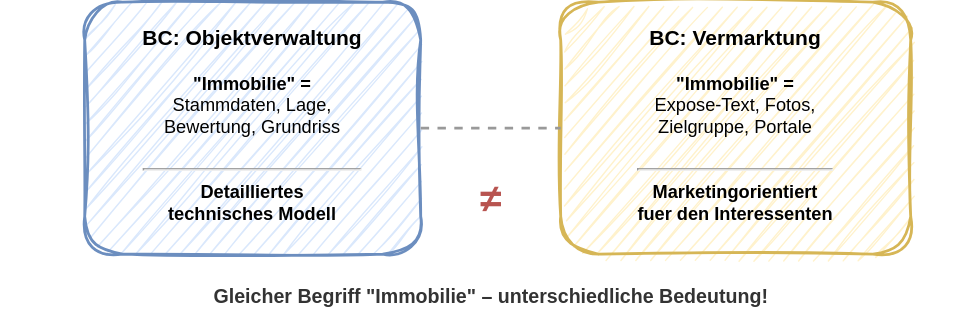
Above: slides/03-ddd-einfuehrung/images/bounded-context-immobilie-vergleich.drawio.svg in it-erben/training-domain-driven-design (draw.io), before the change. Source tidied: cells renumbered, new cells last; positions are measured from the earlier drawing's top-left corner, leaving out a move shared by most shapes.
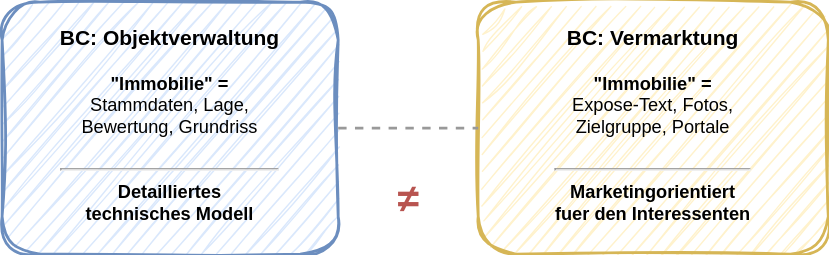
Later version of the same file.

Change to the diagram source:
```diff
@@ -8,9 +8,6 @@
     <mxCell id="3" value="&lt;b style=&quot;font-size:15px;&quot;&gt;BC: Vermarktung&lt;/b&gt;&lt;br/&gt;&lt;br/&gt;&lt;b&gt;&quot;Immobilie&quot; =&lt;/b&gt;&lt;br/&gt;Expose-Text, Fotos,&lt;br/&gt;Zielgruppe, Portale&lt;br/&gt;&lt;br/&gt;&lt;hr/&gt;&lt;b&gt;Marketingorientiert&lt;br/&gt;fuer den Interessenten&lt;/b&gt;" style="html=1;rounded=1;whiteSpace=wrap;fillColor=#fff2cc;strokeColor=#d6b656;strokeWidth=2;fontSize=13;verticalAlign=top;align=center;spacingTop=10;spacingLeft=10;spacingRight=10;spacingBottom=10;sketch=1;curveFitting=1;jiggle=2;" parent="1" vertex="1">
       <mxGeometry x="400" width="250" height="180" as="geometry" />
     </mxCell>
-    <mxCell id="4" value="&lt;b&gt;Gleicher Begriff &quot;Immobilie&quot; &amp;ndash; unterschiedliche Bedeutung!&lt;/b&gt;" style="text;html=1;fontSize=14;fontStyle=0;align=center;verticalAlign=middle;fontColor=#333333;" parent="1" vertex="1">
-      <mxGeometry y="190" width="700" height="40" as="geometry" />
-    </mxCell>
     <mxCell id="5" style="endArrow=none;strokeColor=#999999;strokeWidth=2;dashed=1;" parent="1" edge="1" source="2" target="3">
       <mxGeometry relative="1" as="geometry" />
     </mxCell>
```
